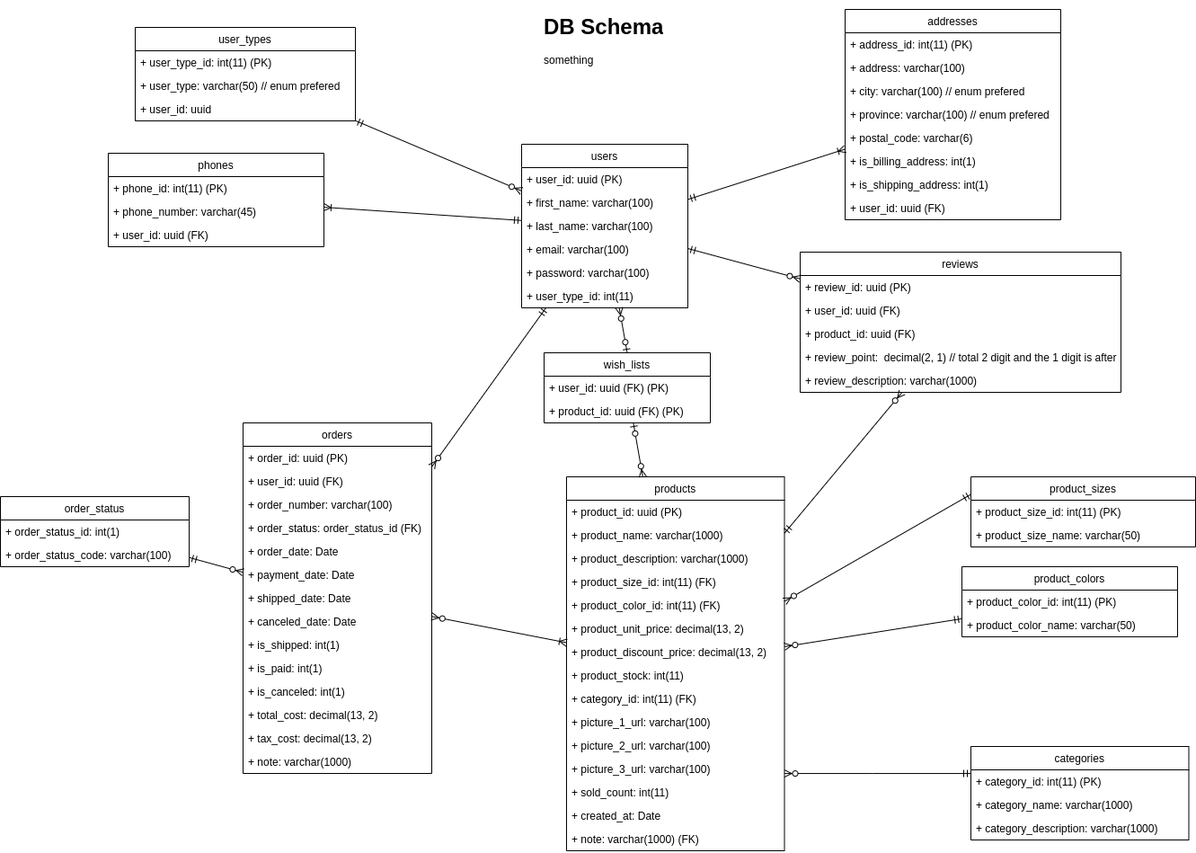
Before: db-design.png, a diagram exported from draw.io (stsiwo/e-commerce-starter-kits). Source tidied: cells renumbered, new cells last; positions are measured from the earlier drawing's top-left corner, leaving out a move shared by most shapes.
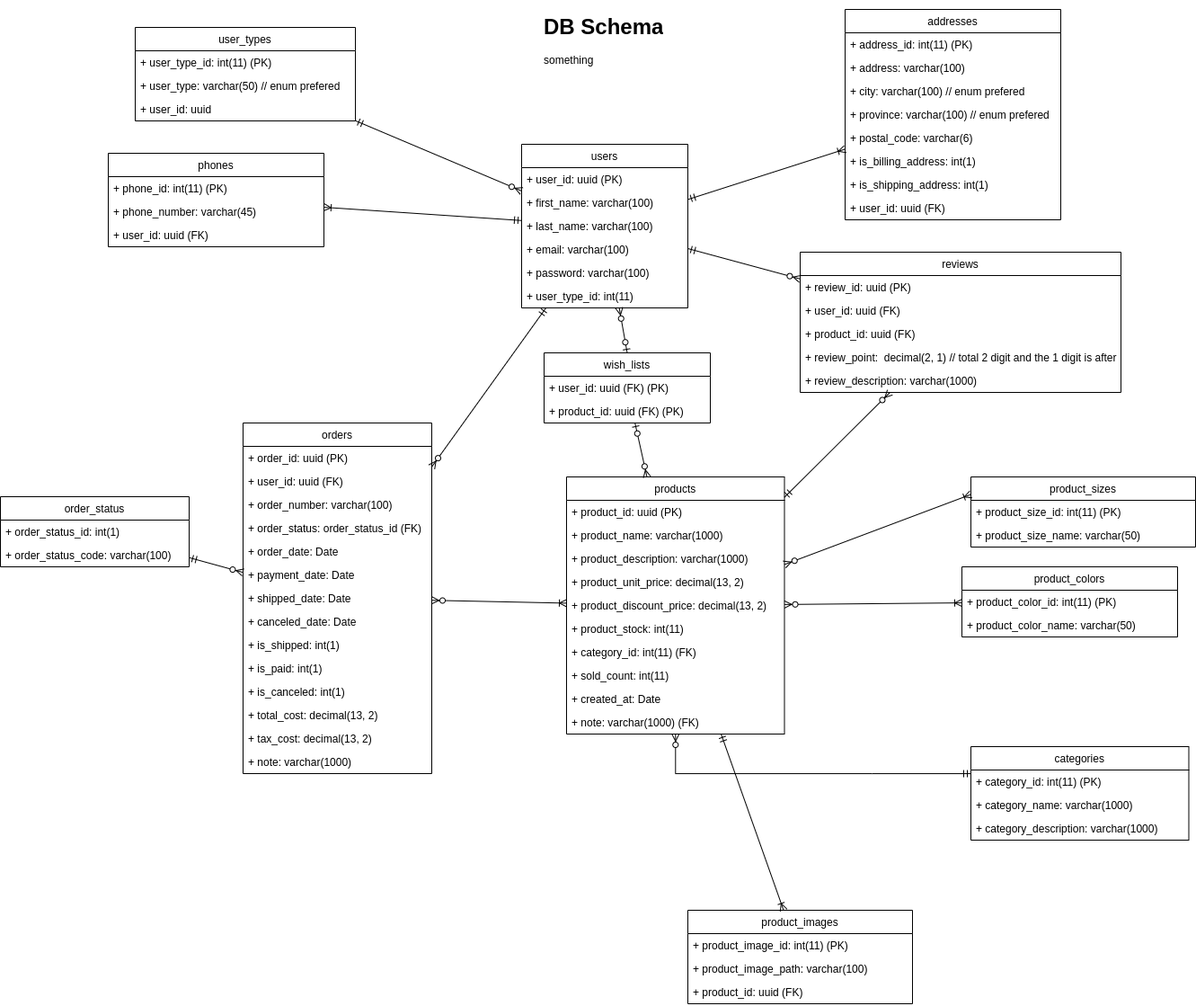
After the change.

What changed in the source:
```diff
@@ -95,10 +95,10 @@
     <mxCell id="32" value="+ user_id: uuid" style="text;strokeColor=none;fillColor=none;align=left;verticalAlign=top;spacingLeft=4;spacingRight=4;overflow=hidden;" parent="29" vertex="1">
       <mxGeometry y="78" width="245" height="26" as="geometry" />
     </mxCell>
-    <mxCell id="33" style="edgeStyle=none;rounded=0;jettySize=auto;html=1;entryX=0;entryY=0.25;entryDx=0;entryDy=0;startArrow=ERzeroToMany;startFill=1;endArrow=ERmandOne;endFill=0;" parent="1" edge="1" source="38" target="74">
+    <mxCell id="33" style="edgeStyle=none;rounded=0;jettySize=auto;html=1;entryX=0;entryY=0.25;entryDx=0;entryDy=0;startArrow=ERzeroToMany;startFill=1;endArrow=ERoneToMany;endFill=0;" parent="1" edge="1" source="38" target="74">
       <mxGeometry relative="1" as="geometry" />
     </mxCell>
-    <mxCell id="34" style="edgeStyle=none;rounded=0;jettySize=auto;html=1;startArrow=ERzeroToMany;startFill=1;endArrow=ERmandOne;endFill=0;" parent="1" edge="1" source="38" target="77">
+    <mxCell id="34" style="edgeStyle=none;rounded=0;jettySize=auto;html=1;startArrow=ERzeroToMany;startFill=1;endArrow=ERoneToMany;endFill=0;" parent="1" edge="1" source="38" target="77">
       <mxGeometry relative="1" as="geometry" />
     </mxCell>
     <mxCell id="35" style="edgeStyle=orthogonalEdgeStyle;rounded=0;jettySize=auto;html=1;endArrow=ERmandOne;endFill=0;startArrow=ERzeroToMany;startFill=1;" parent="1" edge="1" source="38" target="80">
@@ -115,8 +115,11 @@
     <mxCell id="37" style="edgeStyle=none;rounded=0;jettySize=auto;html=1;startArrow=ERmandOne;startFill=0;endArrow=ERzeroToMany;endFill=1;" parent="1" edge="1" source="38" target="87">
       <mxGeometry relative="1" as="geometry" />
     </mxCell>
+    <mxCell id="93" style="rounded=0;jettySize=auto;html=1;endArrow=ERoneToMany;endFill=0;startArrow=ERmandOne;startFill=0;" parent="1" edge="1" source="38" target="94">
+      <mxGeometry relative="1" as="geometry" />
+    </mxCell>
     <mxCell id="38" value="products" style="swimlane;fontStyle=0;horizontal=1;startSize=26;fillColor=none;" parent="1" vertex="1">
-      <mxGeometry x="630" y="520" width="242.5" height="416" as="geometry" />
+      <mxGeometry x="630" y="520" width="242.5" height="286" as="geometry" />
     </mxCell>
     <mxCell id="39" value="+ product_id: uuid (PK)" style="text;strokeColor=none;fillColor=none;align=left;verticalAlign=top;spacingLeft=4;spacingRight=4;overflow=hidden;" parent="38" vertex="1">
       <mxGeometry y="26" width="242.5" height="26" as="geometry" />
@@ -127,41 +130,26 @@
     <mxCell id="41" value="+ product_description: varchar(1000)" style="text;strokeColor=none;fillColor=none;align=left;verticalAlign=top;spacingLeft=4;spacingRight=4;overflow=hidden;" parent="38" vertex="1">
       <mxGeometry y="78" width="242.5" height="26" as="geometry" />
     </mxCell>
-    <mxCell id="42" value="+ product_size_id: int(11) (FK)" style="text;strokeColor=none;fillColor=none;align=left;verticalAlign=top;spacingLeft=4;spacingRight=4;overflow=hidden;" parent="38" vertex="1">
-      <mxGeometry y="104" width="242.5" height="26" as="geometry" />
-    </mxCell>
-    <mxCell id="43" value="+ product_color_id: int(11) (FK)" style="text;strokeColor=none;fillColor=none;align=left;verticalAlign=top;spacingLeft=4;spacingRight=4;overflow=hidden;" parent="38" vertex="1">
-      <mxGeometry y="130" width="242.5" height="26" as="geometry" />
-    </mxCell>
     <mxCell id="44" value="+ product_unit_price: decimal(13, 2)" style="text;strokeColor=none;fillColor=none;align=left;verticalAlign=top;spacingLeft=4;spacingRight=4;overflow=hidden;" parent="38" vertex="1">
-      <mxGeometry y="156" width="242.5" height="26" as="geometry" />
+      <mxGeometry y="104" width="242.5" height="26" as="geometry" />
     </mxCell>
     <mxCell id="45" value="+ product_discount_price: decimal(13, 2)" style="text;strokeColor=none;fillColor=none;align=left;verticalAlign=top;spacingLeft=4;spacingRight=4;overflow=hidden;" parent="38" vertex="1">
-      <mxGeometry y="182" width="242.5" height="26" as="geometry" />
+      <mxGeometry y="130" width="242.5" height="26" as="geometry" />
     </mxCell>
     <mxCell id="46" value="+ product_stock: int(11) " style="text;strokeColor=none;fillColor=none;align=left;verticalAlign=top;spacingLeft=4;spacingRight=4;overflow=hidden;" parent="38" vertex="1">
-      <mxGeometry y="208" width="242.5" height="26" as="geometry" />
+      <mxGeometry y="156" width="242.5" height="26" as="geometry" />
     </mxCell>
     <mxCell id="47" value="+ category_id: int(11) (FK)" style="text;strokeColor=none;fillColor=none;align=left;verticalAlign=top;spacingLeft=4;spacingRight=4;overflow=hidden;" parent="38" vertex="1">
-      <mxGeometry y="234" width="242.5" height="26" as="geometry" />
+      <mxGeometry y="182" width="242.5" height="26" as="geometry" />
     </mxCell>
-    <mxCell id="48" value="+ picture_1_url: varchar(100) " style="text;strokeColor=none;fillColor=none;align=left;verticalAlign=top;spacingLeft=4;spacingRight=4;overflow=hidden;" parent="38" vertex="1">
-      <mxGeometry y="260" width="242.5" height="26" as="geometry" />
-    </mxCell>
-    <mxCell id="49" value="+ picture_2_url: varchar(100) " style="text;strokeColor=none;fillColor=none;align=left;verticalAlign=top;spacingLeft=4;spacingRight=4;overflow=hidden;" parent="38" vertex="1">
-      <mxGeometry y="286" width="242.5" height="26" as="geometry" />
-    </mxCell>
-    <mxCell id="50" value="+ picture_3_url: varchar(100) " style="text;strokeColor=none;fillColor=none;align=left;verticalAlign=top;spacingLeft=4;spacingRight=4;overflow=hidden;" parent="38" vertex="1">
-      <mxGeometry y="312" width="242.5" height="26" as="geometry" />
-    </mxCell>
     <mxCell id="51" value="+ sold_count: int(11)" style="text;strokeColor=none;fillColor=none;align=left;verticalAlign=top;spacingLeft=4;spacingRight=4;overflow=hidden;" parent="38" vertex="1">
-      <mxGeometry y="338" width="242.5" height="26" as="geometry" />
+      <mxGeometry y="208" width="242.5" height="26" as="geometry" />
     </mxCell>
     <mxCell id="52" value="+ created_at: Date" style="text;strokeColor=none;fillColor=none;align=left;verticalAlign=top;spacingLeft=4;spacingRight=4;overflow=hidden;" parent="38" vertex="1">
-      <mxGeometry y="364" width="242.5" height="26" as="geometry" />
+      <mxGeometry y="234" width="242.5" height="26" as="geometry" />
     </mxCell>
     <mxCell id="53" value="+ note: varchar(1000) (FK)" style="text;strokeColor=none;fillColor=none;align=left;verticalAlign=top;spacingLeft=4;spacingRight=4;overflow=hidden;" parent="38" vertex="1">
-      <mxGeometry y="390" width="242.5" height="26" as="geometry" />
+      <mxGeometry y="260" width="242.5" height="26" as="geometry" />
     </mxCell>
     <mxCell id="54" style="edgeStyle=none;rounded=0;jettySize=auto;html=1;startArrow=ERzeroToMany;startFill=1;endArrow=ERoneToMany;endFill=0;" parent="1" edge="1" source="55" target="38">
       <mxGeometry relative="1" as="geometry" />
@@ -280,5 +268,17 @@
     <mxCell id="92" value="+ review_description: varchar(1000)" style="text;strokeColor=none;fillColor=none;align=left;verticalAlign=top;spacingLeft=4;spacingRight=4;overflow=hidden;" parent="87" vertex="1">
       <mxGeometry y="130" width="357" height="26" as="geometry" />
     </mxCell>
+    <mxCell id="94" value="product_images" style="swimlane;fontStyle=0;horizontal=1;startSize=26;fillColor=none;" parent="1" vertex="1">
+      <mxGeometry x="765" y="1002" width="250" height="104" as="geometry" />
+    </mxCell>
+    <mxCell id="95" value="+ product_image_id: int(11) (PK)" style="text;strokeColor=none;fillColor=none;align=left;verticalAlign=top;spacingLeft=4;spacingRight=4;overflow=hidden;" parent="94" vertex="1">
+      <mxGeometry y="26" width="250" height="26" as="geometry" />
+    </mxCell>
+    <mxCell id="96" value="+ product_image_path: varchar(100)" style="text;strokeColor=none;fillColor=none;align=left;verticalAlign=top;spacingLeft=4;spacingRight=4;overflow=hidden;" parent="94" vertex="1">
+      <mxGeometry y="52" width="250" height="26" as="geometry" />
+    </mxCell>
+    <mxCell id="97" value="+ product_id: uuid (FK)" style="text;strokeColor=none;fillColor=none;align=left;verticalAlign=top;spacingLeft=4;spacingRight=4;overflow=hidden;" parent="94" vertex="1">
+      <mxGeometry y="78" width="250" height="26" as="geometry" />
+    </mxCell>
   </root>
 </mxGraphModel>
```
